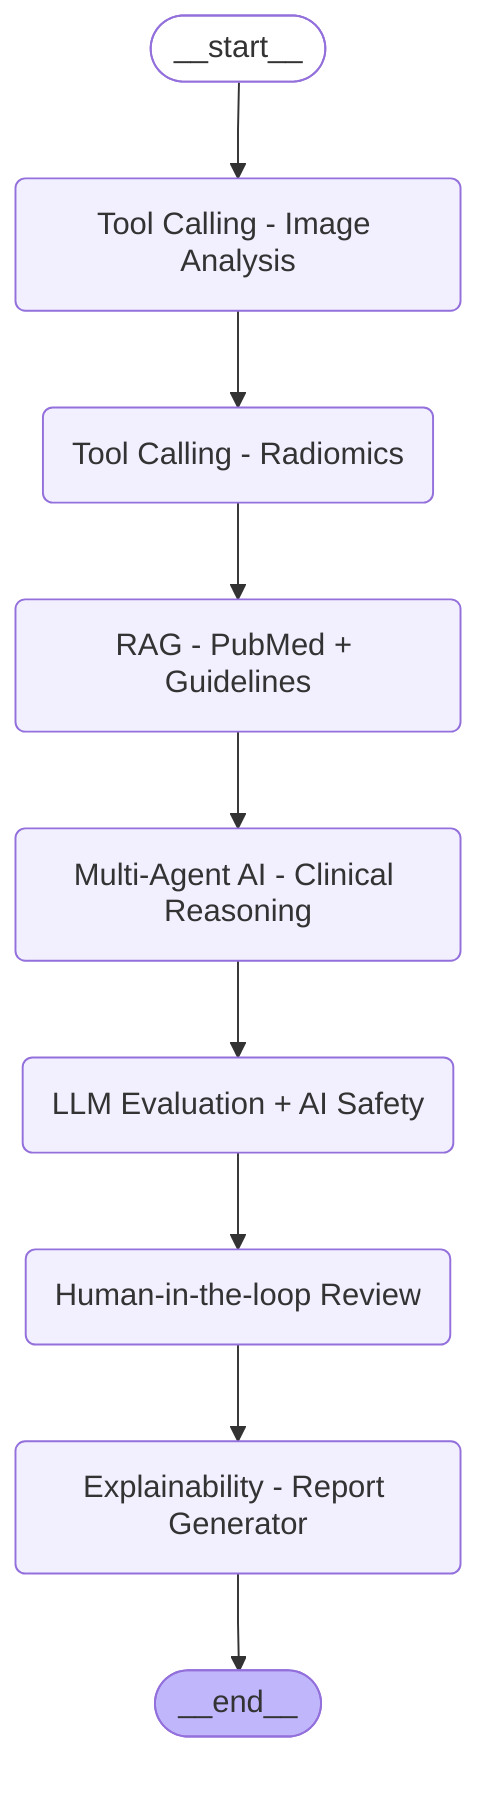
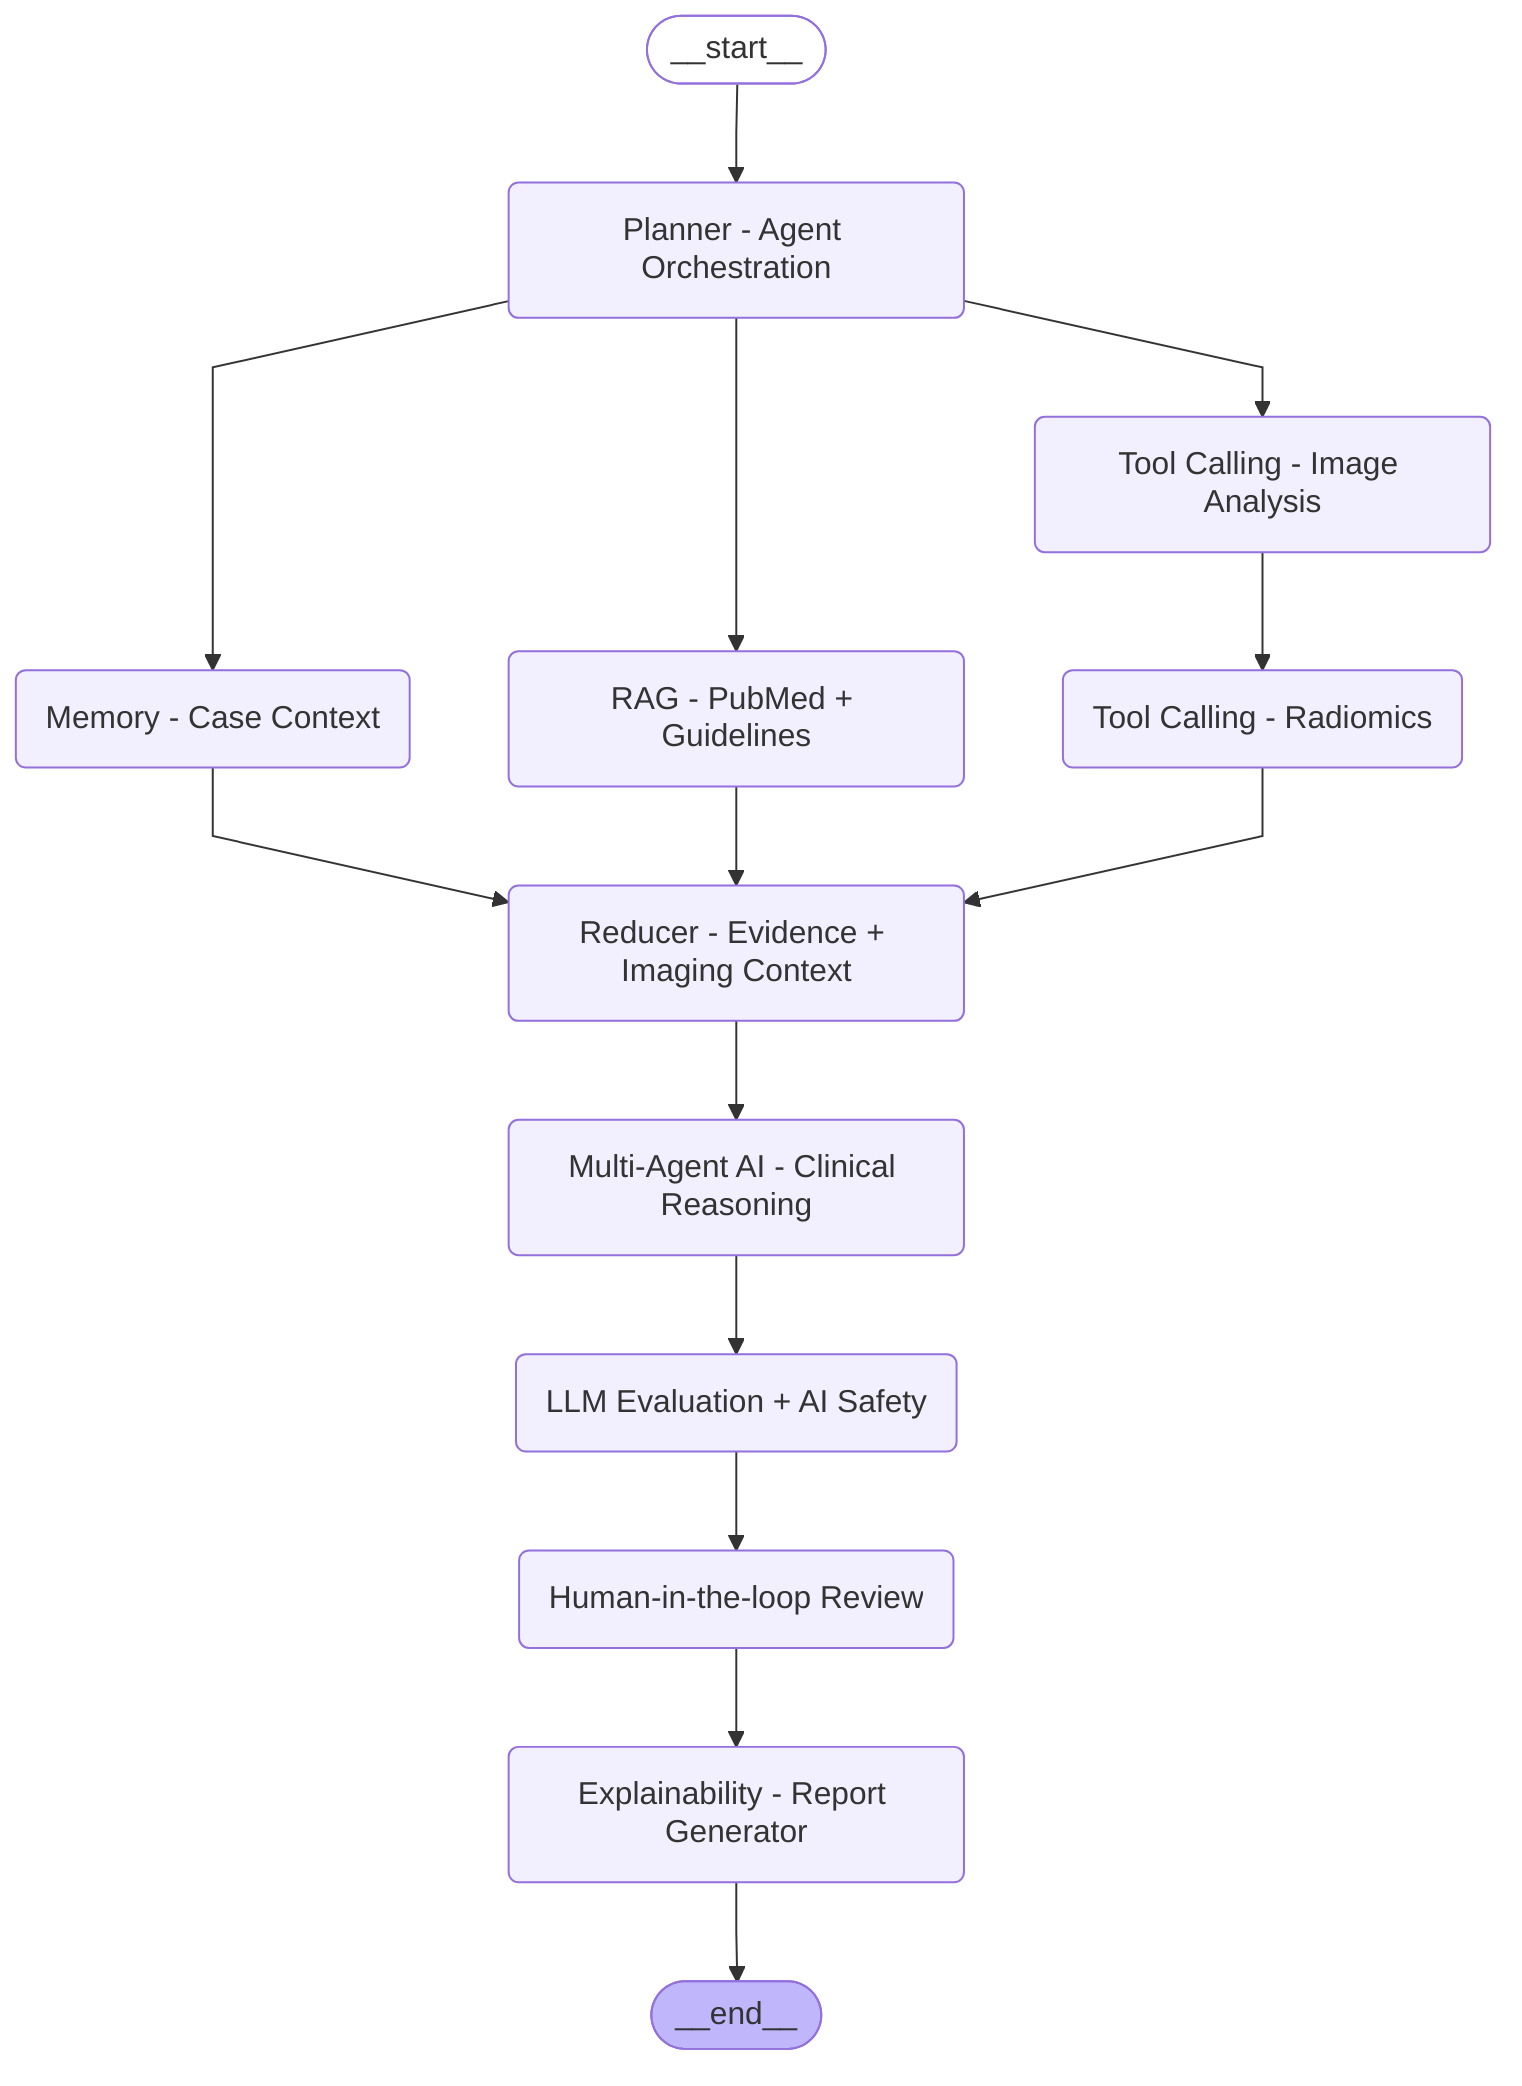
---
config:
  flowchart:
    curve: linear
---
graph TD;
	__start__([<p>__start__</p>]):::first
+ 	Planner\20-\20Agent\20Orchestration(Planner - Agent Orchestration)
+ 	Memory\20-\20Case\20Context(Memory - Case Context)
	Tool\20Calling\20-\20Image\20Analysis(Tool Calling - Image Analysis)
	Tool\20Calling\20-\20Radiomics(Tool Calling - Radiomics)
	RAG\20-\20PubMed\20\2b\20Guidelines(RAG - PubMed + Guidelines)
	Multi-Agent\20AI\20-\20Clinical\20Reasoning(Multi-Agent AI - Clinical Reasoning)
+ 	Reducer\20-\20Evidence\20\2b\20Imaging\20Context(Reducer - Evidence + Imaging Context)
	LLM\20Evaluation\20\2b\20AI\20Safety(LLM Evaluation + AI Safety)
	Human-in-the-loop\20Review(Human-in-the-loop Review)
	Explainability\20-\20Report\20Generator(Explainability - Report Generator)
	__end__([<p>__end__</p>]):::last
	Human-in-the-loop\20Review --> Explainability\20-\20Report\20Generator;
	LLM\20Evaluation\20\2b\20AI\20Safety --> Human-in-the-loop\20Review;
+ 	Memory\20-\20Case\20Context --> Reducer\20-\20Evidence\20\2b\20Imaging\20Context;
	Multi-Agent\20AI\20-\20Clinical\20Reasoning --> LLM\20Evaluation\20\2b\20AI\20Safety;
- 	RAG\20-\20PubMed\20\2b\20Guidelines --> Multi-Agent\20AI\20-\20Clinical\20Reasoning;
+ 	Planner\20-\20Agent\20Orchestration --> Memory\20-\20Case\20Context;
+ 	Planner\20-\20Agent\20Orchestration --> RAG\20-\20PubMed\20\2b\20Guidelines;
+ 	Planner\20-\20Agent\20Orchestration --> Tool\20Calling\20-\20Image\20Analysis;
+ 	RAG\20-\20PubMed\20\2b\20Guidelines --> Reducer\20-\20Evidence\20\2b\20Imaging\20Context;
+ 	Reducer\20-\20Evidence\20\2b\20Imaging\20Context --> Multi-Agent\20AI\20-\20Clinical\20Reasoning;
	Tool\20Calling\20-\20Image\20Analysis --> Tool\20Calling\20-\20Radiomics;
- 	Tool\20Calling\20-\20Radiomics --> RAG\20-\20PubMed\20\2b\20Guidelines;
- 	__start__ --> Tool\20Calling\20-\20Image\20Analysis;
+ 	Tool\20Calling\20-\20Radiomics --> Reducer\20-\20Evidence\20\2b\20Imaging\20Context;
+ 	__start__ --> Planner\20-\20Agent\20Orchestration;
	Explainability\20-\20Report\20Generator --> __end__;
	classDef default fill:#f2f0ff,line-height:1.2
	classDef first fill-opacity:0
	classDef last fill:#bfb6fc
